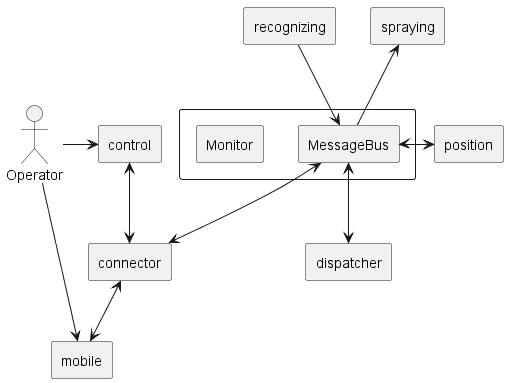
Earlier version of the PlantUML export pics/dfd.png (sergey-sobolev/cyberimmune-systems-case-study-drone). Its diagram source:
```plantuml
@startuml


rectangle "control" as control
rectangle "mobile" as mobile
rectangle "connector" as connector
rectangle "dispatcher" as dispatcher
rectangle "recognizing" as recognizing
rectangle "spraying" as spraying
rectangle "position" as position
rectangle {
	rectangle "Monitor" as monitor
	rectangle "MessageBus" as kafka
}
:Operator:

:Operator: -> mobile
:Operator: -> control
mobile <-up-> connector
control <-down-> connector
connector <-up-> kafka
recognizing -down-> kafka
kafka <-down-> dispatcher
spraying <-down- kafka
position <-> kafka

@enduml
```
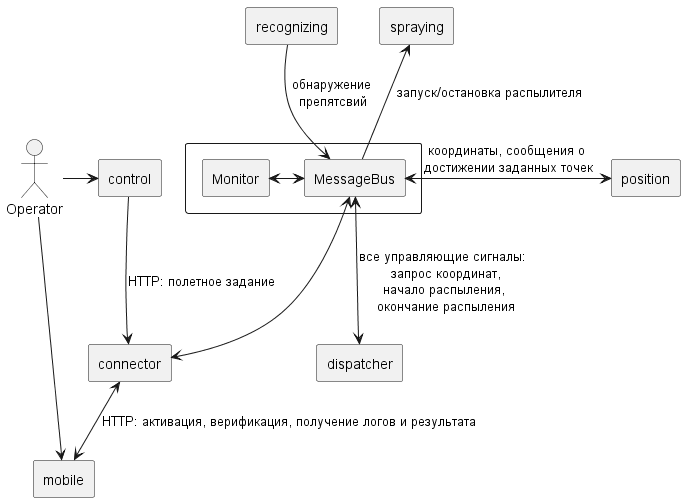
After the commit.

What changed in the source:
```diff
@@ -16,12 +16,13 @@
 
 :Operator: -> mobile
 :Operator: -> control
-mobile <-up-> connector
-control <-down-> connector
+mobile <-up-> connector : HTTP: активация, верификация, получение логов и результата
+control -down-> connector : HTTP: полетное задание
 connector <-up-> kafka
-recognizing -down-> kafka
-kafka <-down-> dispatcher
-spraying <-down- kafka
-position <-> kafka
+recognizing -down-> kafka : обнаружение \nпрепятсвий
+kafka <-down-> dispatcher : все управляющие сигналы: \n запрос координат,\n начало распыления, \n окончание распыления
+spraying <-down- kafka : запуск/остановка распылителя
+position <-> kafka : координаты, сообщения о \nдостижении заданных точек
+monitor <-> kafka
 
 @enduml
```
